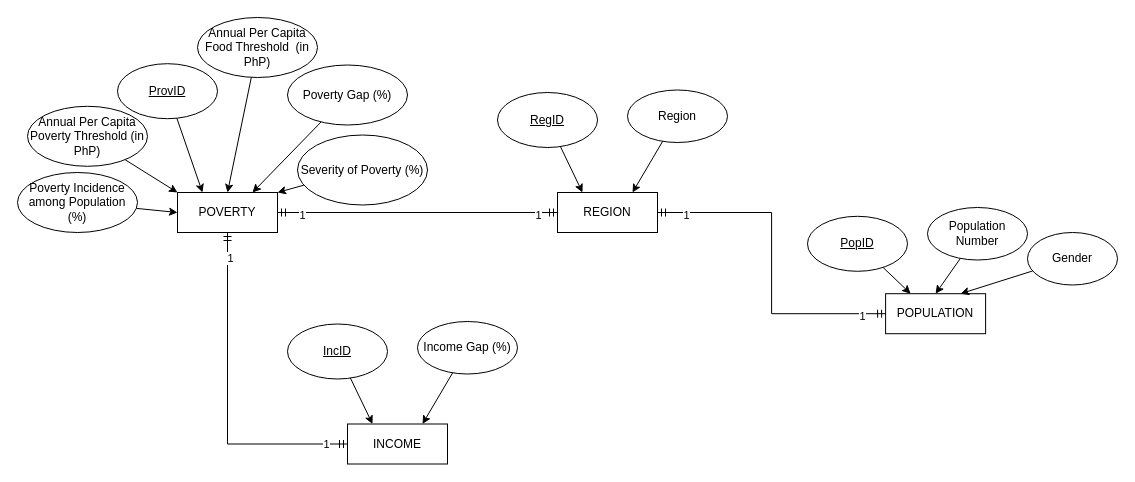
Earlier version of the draw.io diagram page "ERD" (2 of 3) of DECapstone diagrams.drawio (vinsanity2022/SPARTACapstone). Source tidied: cells renumbered, new cells numbered last; positions are measured from the earlier drawing's top-left corner, leaving out a move shared by most shapes. Both pictures are drawn from the tidied source at 100%, with x=0, y=0 at pixel (17, 17).
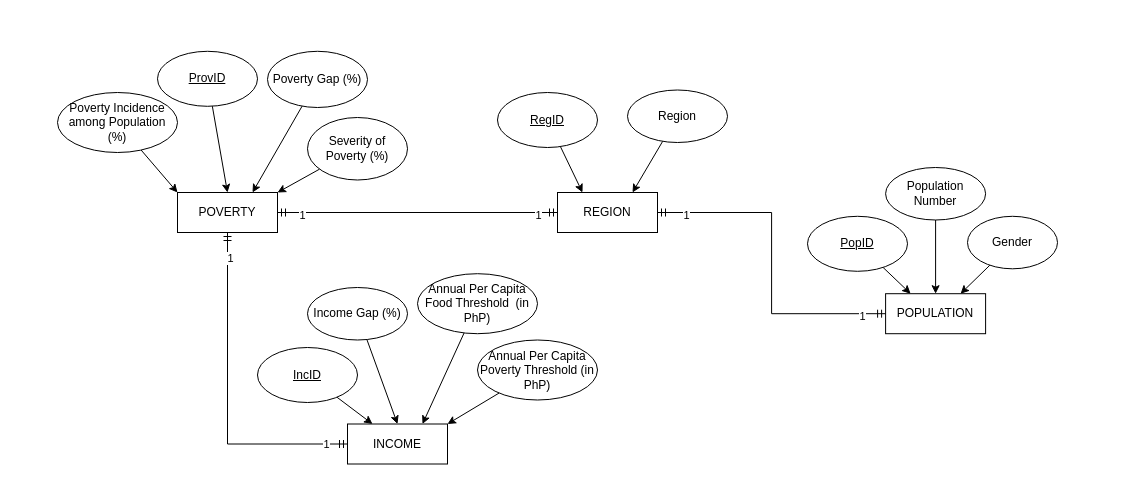
After the change.

Unchanged cells that the change refers to:
```xml
<mxCell id="2" value="POVERTY" style="whiteSpace=wrap;html=1;align=center;" parent="1" vertex="1">
  <mxGeometry x="160" y="175" width="100" height="40" as="geometry" />
</mxCell>
<mxCell id="19" value="INCOME" style="whiteSpace=wrap;html=1;align=center;" parent="1" vertex="1">
  <mxGeometry x="330" y="406.5" width="100" height="40" as="geometry" />
</mxCell>
```

Change to the diagram source:
```diff
@@
-    <mxCell id="3" style="rounded=0;jettySize=auto;html=1;entryX=0.5;entryY=0;entryDx=0;entryDy=0;" parent="1" edge="1" source="4" target="2">
-      <mxGeometry relative="1" as="geometry" />
-    </mxCell>
-    <mxCell id="4" value="Annual Per Capita Food Threshold&amp;nbsp; (in PhP)" style="ellipse;whiteSpace=wrap;html=1;align=center;" parent="1" vertex="1">
-      <mxGeometry x="180" width="120" height="60" as="geometry" />
-    </mxCell>
@@
     <mxCell id="6" value="Poverty Gap (%)" style="ellipse;whiteSpace=wrap;html=1;align=center;" parent="1" vertex="1">
-      <mxGeometry x="270" y="47.5" width="120" height="60" as="geometry" />
+      <mxGeometry x="250" y="33.8" width="100" height="56.2" as="geometry" />
     </mxCell>
@@
     <mxCell id="8" value="Severity of Poverty (%)" style="ellipse;whiteSpace=wrap;html=1;align=center;" parent="1" vertex="1">
-      <mxGeometry x="280" y="117.5" width="130" height="70" as="geometry" />
+      <mxGeometry x="290" y="100" width="100" height="62.5" as="geometry" />
     </mxCell>
@@
-    <mxCell id="12" style="rounded=0;jettySize=auto;html=1;entryX=0.25;entryY=0;entryDx=0;entryDy=0;" parent="1" edge="1" source="13" target="2">
+    <mxCell id="12" style="rounded=0;jettySize=auto;html=1;entryX=0.5;entryY=0;entryDx=0;entryDy=0;" parent="1" edge="1" source="13" target="2">
       <mxGeometry relative="1" as="geometry" />
     </mxCell>
     <mxCell id="13" value="ProvID" style="ellipse;whiteSpace=wrap;html=1;align=center;fontStyle=4;" parent="1" vertex="1">
-      <mxGeometry x="100" y="46.2" width="100" height="55" as="geometry" />
+      <mxGeometry x="140" y="33.8" width="100" height="55" as="geometry" />
     </mxCell>
@@
-    <mxCell id="20" style="rounded=0;jettySize=auto;html=1;entryX=0.75;entryY=0;entryDx=0;entryDy=0;" parent="1" edge="1" source="21" target="19">
+    <mxCell id="20" style="rounded=0;jettySize=auto;html=1;entryX=0.5;entryY=0;entryDx=0;entryDy=0;" parent="1" edge="1" source="21" target="19">
       <mxGeometry relative="1" as="geometry" />
     </mxCell>
     <mxCell id="21" value="Income Gap (%)" style="ellipse;whiteSpace=wrap;html=1;align=center;" parent="1" vertex="1">
-      <mxGeometry x="400" y="304" width="100" height="52.5" as="geometry" />
+      <mxGeometry x="290" y="270" width="100" height="52.5" as="geometry" />
     </mxCell>
@@
     <mxCell id="23" value="IncID" style="ellipse;whiteSpace=wrap;html=1;align=center;fontStyle=4;" parent="1" vertex="1">
-      <mxGeometry x="270" y="306.5" width="100" height="55" as="geometry" />
+      <mxGeometry x="240" y="330" width="100" height="55" as="geometry" />
     </mxCell>
@@
     <mxCell id="29" value="Population Number" style="ellipse;whiteSpace=wrap;html=1;align=center;" parent="1" vertex="1">
-      <mxGeometry x="910" y="190" width="100" height="52.5" as="geometry" />
+      <mxGeometry x="868.1" y="150" width="100" height="52.5" as="geometry" />
     </mxCell>
@@
     <mxCell id="36" value="Gender" style="ellipse;whiteSpace=wrap;html=1;align=center;" parent="1" vertex="1">
-      <mxGeometry x="1010" y="215" width="90" height="52.5" as="geometry" />
+      <mxGeometry x="950" y="198.8" width="90" height="52.5" as="geometry" />
     </mxCell>
-    <mxCell id="37" style="rounded=0;jettySize=auto;html=1;entryX=0;entryY=0;entryDx=0;entryDy=0;" parent="1" edge="1" source="38" target="2">
+    <mxCell id="37" style="rounded=0;jettySize=auto;html=1;entryX=1;entryY=0;entryDx=0;entryDy=0;" parent="1" edge="1" source="38" target="19">
       <mxGeometry relative="1" as="geometry" />
     </mxCell>
     <mxCell id="38" value="Annual Per Capita Poverty Threshold (in PhP)" style="ellipse;whiteSpace=wrap;html=1;align=center;" parent="1" vertex="1">
-      <mxGeometry x="10" y="88.8" width="120" height="60" as="geometry" />
+      <mxGeometry x="460" y="322.5" width="120" height="60" as="geometry" />
     </mxCell>
-    <mxCell id="39" style="rounded=0;jettySize=auto;html=1;entryX=0;entryY=0.5;entryDx=0;entryDy=0;" parent="1" edge="1" source="40" target="2">
+    <mxCell id="39" style="rounded=0;jettySize=auto;html=1;entryX=0;entryY=0;entryDx=0;entryDy=0;" parent="1" edge="1" source="40" target="2">
       <mxGeometry relative="1" as="geometry" />
     </mxCell>
     <mxCell id="40" value="Poverty Incidence among Population (%)" style="ellipse;whiteSpace=wrap;html=1;align=center;" parent="1" vertex="1">
-      <mxGeometry y="155" width="120" height="60" as="geometry" />
+      <mxGeometry x="40" y="75" width="120" height="60" as="geometry" />
     </mxCell>
+    <mxCell id="41" style="rounded=0;jettySize=auto;html=1;entryX=0.75;entryY=0;entryDx=0;entryDy=0;" parent="1" edge="1" source="4" target="19">
+      <mxGeometry relative="1" as="geometry" />
+    </mxCell>
+    <mxCell id="4" value="Annual Per Capita Food Threshold&amp;nbsp; (in PhP)" style="ellipse;whiteSpace=wrap;html=1;align=center;" parent="1" vertex="1">
+      <mxGeometry x="400" y="256.2" width="120" height="60" as="geometry" />
+    </mxCell>
```
